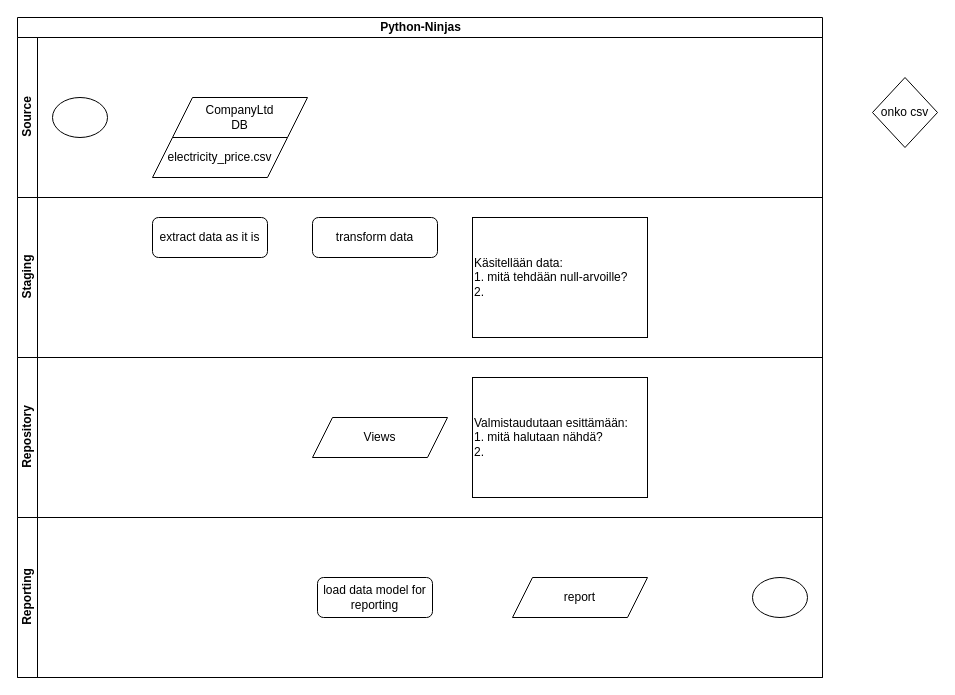
The draw.io diagram Data-arkkitehtuuri - Esa/ETL-Prosessikaavio.drawio in joni23008/Python-Ninjas-Projectworks, before the edit. Source tidied: cells renumbered, new cells numbered last; positions are measured from the earlier drawing's top-left corner, leaving out a move shared by most shapes. Both pictures are drawn from the tidied source at 100%, with x=0, y=0 at pixel (17, 17).
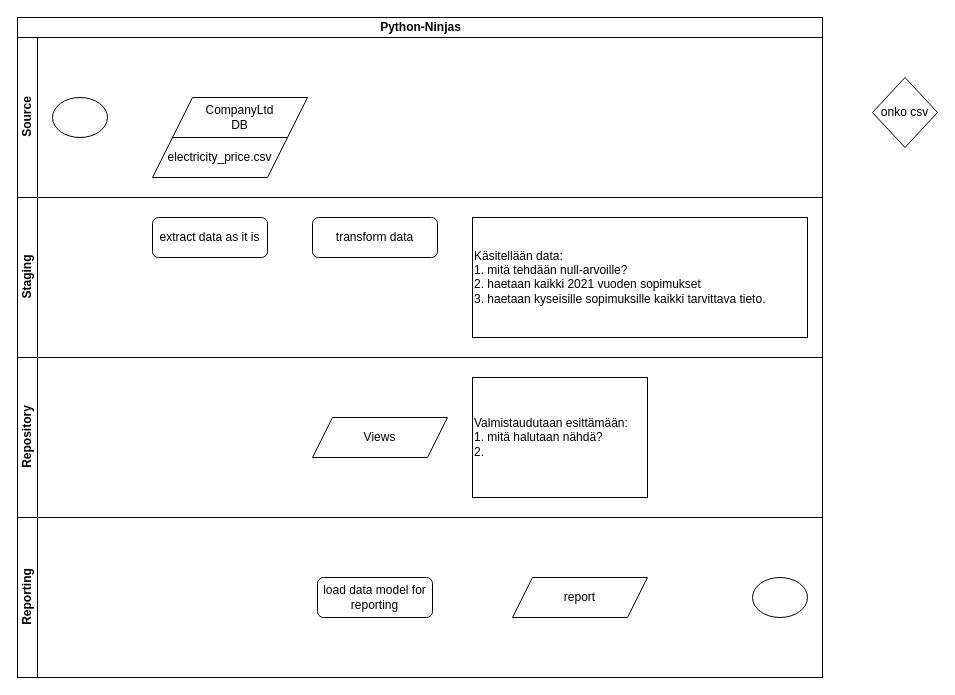
After the change.

The edit, as a diff of the source:
```diff
@@
 <mxGraphModel>
   <root>
     <mxCell id="0" />
     <mxCell id="1" parent="0" />
     <mxCell id="2" value="Python-Ninjas" style="swimlane;horizontal=1;startSize=20;html=1;swimlaneFillColor=none;gradientDirection=radial;" parent="1" vertex="1">
       <mxGeometry width="805" height="660" as="geometry" />
     </mxCell>
     <mxCell id="3" value="Source" style="swimlane;startSize=20;horizontal=0;html=1;" parent="2" vertex="1">
       <mxGeometry y="20" width="805" height="160" as="geometry" />
     </mxCell>
     <mxCell id="4" style="ellipse;whiteSpace=wrap;html=1;" parent="3" vertex="1">
       <mxGeometry x="35" y="60" width="55" height="40" as="geometry" />
     </mxCell>
     <mxCell id="5" value="CompanyLtd&lt;div&gt;DB&lt;/div&gt;" style="shape=parallelogram;perimeter=parallelogramPerimeter;whiteSpace=wrap;html=1;fixedSize=1;" parent="3" vertex="1">
       <mxGeometry x="155" y="60" width="135" height="40" as="geometry" />
     </mxCell>
     <mxCell id="6" value="electricity_price.csv" style="shape=parallelogram;perimeter=parallelogramPerimeter;whiteSpace=wrap;html=1;fixedSize=1;" parent="3" vertex="1">
       <mxGeometry x="135" y="100" width="135" height="40" as="geometry" />
     </mxCell>
     <mxCell id="7" value="Staging" style="swimlane;startSize=20;horizontal=0;html=1;" parent="2" vertex="1">
       <mxGeometry y="180" width="805" height="160" as="geometry" />
     </mxCell>
     <mxCell id="8" value="extract data as it is" style="rounded=1;whiteSpace=wrap;html=1;" parent="7" vertex="1">
       <mxGeometry x="135" y="20" width="115" height="40" as="geometry" />
     </mxCell>
-    <mxCell id="9" value="Käsitellään data:&lt;br&gt;1. mitä tehdään null-arvoille?&lt;div style=&quot;line-height: 120%;&quot;&gt;2.&amp;nbsp;&lt;/div&gt;" style="rounded=0;whiteSpace=wrap;html=1;align=left;" parent="7" vertex="1">
-      <mxGeometry x="455" y="20" width="175" height="120" as="geometry" />
+    <mxCell id="9" value="Käsitellään data:&lt;br&gt;1. mitä tehdään null-arvoille?&lt;div style=&quot;line-height: 120%;&quot;&gt;2. haetaan kaikki 2021 vuoden sopimukset&lt;/div&gt;&lt;div style=&quot;line-height: 120%;&quot;&gt;3. haetaan kyseisille sopimuksille kaikki tarvittava tieto.&lt;/div&gt;" style="rounded=0;whiteSpace=wrap;html=1;align=left;" parent="7" vertex="1">
+      <mxGeometry x="455" y="20" width="335" height="120" as="geometry" />
     </mxCell>
     <mxCell id="10" value="transform data" style="rounded=1;whiteSpace=wrap;html=1;" parent="7" vertex="1">
       <mxGeometry x="295" y="20" width="125" height="40" as="geometry" />
     </mxCell>
     <mxCell id="11" value="Repository" style="swimlane;startSize=20;horizontal=0;html=1;" parent="2" vertex="1">
       <mxGeometry y="340" width="805" height="160" as="geometry" />
     </mxCell>
     <mxCell id="12" value="Valmistaudutaan esittämään:&lt;br&gt;1. mitä halutaan nähdä?&lt;div style=&quot;line-height: 120%;&quot;&gt;2.&amp;nbsp;&lt;/div&gt;" style="rounded=0;whiteSpace=wrap;html=1;align=left;" parent="11" vertex="1">
       <mxGeometry x="455" y="20" width="175" height="120" as="geometry" />
     </mxCell>
     <mxCell id="13" value="Views" style="shape=parallelogram;perimeter=parallelogramPerimeter;whiteSpace=wrap;html=1;fixedSize=1;" parent="11" vertex="1">
       <mxGeometry x="295" y="60" width="135" height="40" as="geometry" />
     </mxCell>
     <mxCell id="14" value="Reporting" style="swimlane;startSize=20;horizontal=0;html=1;" parent="2" vertex="1">
       <mxGeometry y="500" width="805" height="160" as="geometry" />
     </mxCell>
     <mxCell id="15" style="ellipse;whiteSpace=wrap;html=1;" parent="14" vertex="1">
       <mxGeometry x="735" y="60" width="55" height="40" as="geometry" />
     </mxCell>
     <mxCell id="16" value="report" style="shape=parallelogram;perimeter=parallelogramPerimeter;whiteSpace=wrap;html=1;fixedSize=1;" parent="14" vertex="1">
       <mxGeometry x="495" y="60" width="135" height="40" as="geometry" />
     </mxCell>
     <mxCell id="17" value="load data model for reporting" style="rounded=1;whiteSpace=wrap;html=1;" parent="14" vertex="1">
       <mxGeometry x="300" y="60" width="115" height="40" as="geometry" />
     </mxCell>
     <mxCell id="18" value="onko csv" style="rhombus;whiteSpace=wrap;html=1;" parent="1" vertex="1">
       <mxGeometry x="855" y="60" width="65" height="70" as="geometry" />
     </mxCell>
   </root>
 </mxGraphModel>
```
